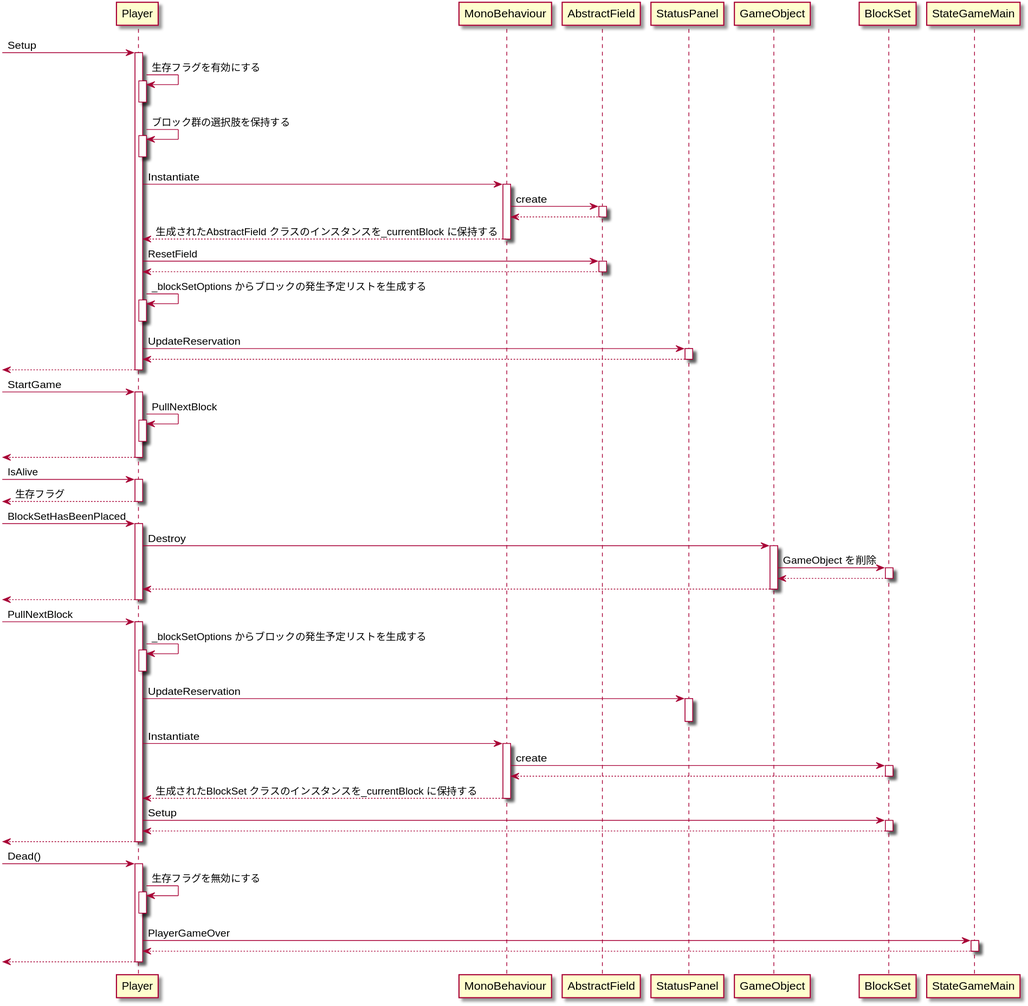
This is plant_uml/SQD_Player.svg from azarashin/UnityTetris, a PlantUML export, as it was before one commit.
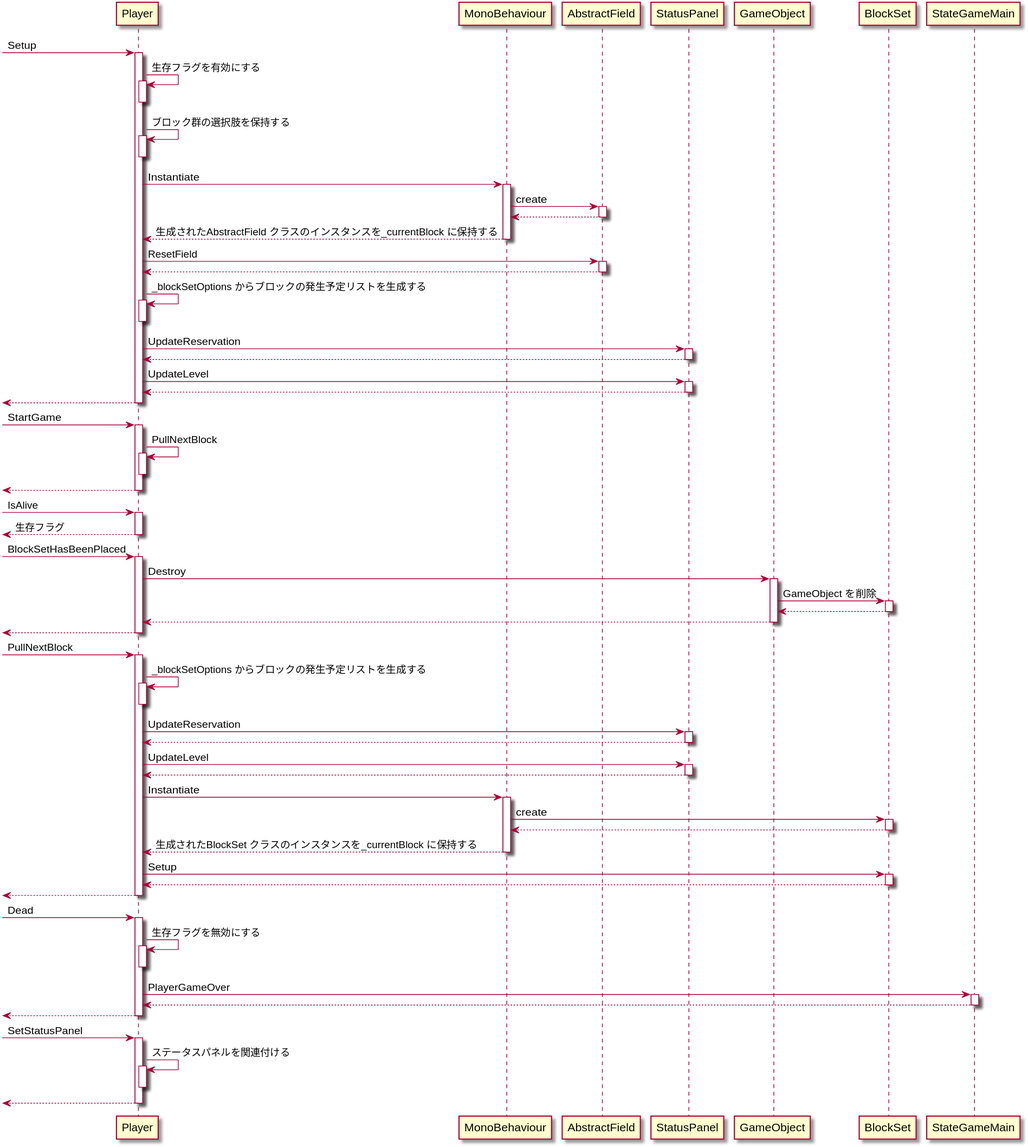
Later version of the same file.

Change to the diagram source:
```diff
@@ -25,6 +25,10 @@
     activate Player
     deactivate Player
     Player -> StatusPanel : UpdateReservation
+    activate StatusPanel
+        Player <-- StatusPanel
+    deactivate StatusPanel
+    Player -> StatusPanel : UpdateLevel
     activate StatusPanel
         Player <-- StatusPanel
     deactivate StatusPanel
@@ -64,6 +68,11 @@
     deactivate Player
     Player -> StatusPanel : UpdateReservation
     activate StatusPanel
+        Player <-- StatusPanel
+    deactivate StatusPanel
+    Player -> StatusPanel : UpdateLevel
+    activate StatusPanel
+        Player <-- StatusPanel
     deactivate StatusPanel
     Player -> MonoBehaviour : Instantiate
     activate MonoBehaviour
@@ -80,7 +89,7 @@
     [<-- Player
 deactivate Player
 
-[-> Player : Dead()
+[-> Player : Dead
 activate Player
     Player -> Player : 生存フラグを無効にする
     activate Player
@@ -92,5 +101,12 @@
     [<-- Player
 deactivate Player
 
+[-> Player : SetStatusPanel
+activate Player
+    Player -> Player : ステータスパネルを関連付ける
+    activate Player
+    deactivate Player
+    [<-- Player
+deactivate Player
 
 @enduml
```
